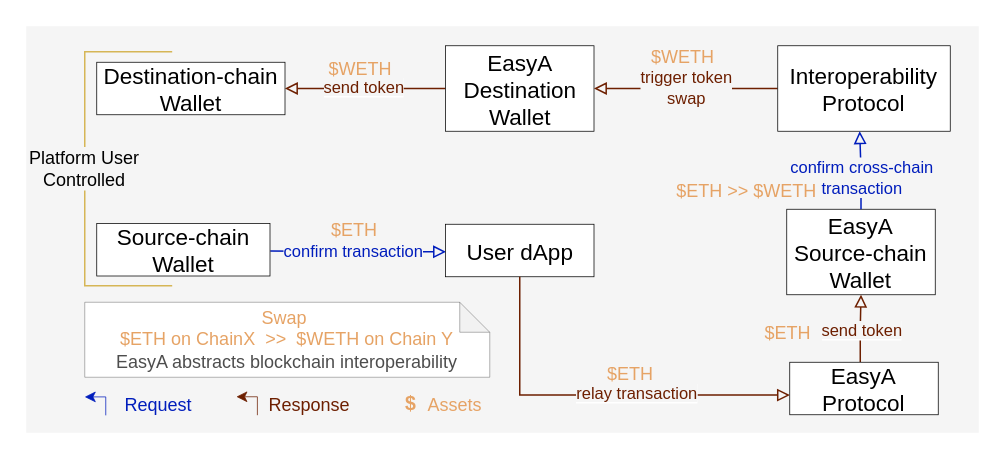
dlt-science/EasyA-Whitepaper keeps this draw.io diagram as page "interop" (4 of 6) of assets/easy-a-mechanism.drawio.drawio. Above is the earlier version. Source tidied: cells renumbered, new cells numbered last; positions are measured from the earlier drawing's top-left corner, leaving out a move shared by most shapes. Both pictures are drawn from the tidied source at 150%, with x=0, y=0 at pixel (26, 26).
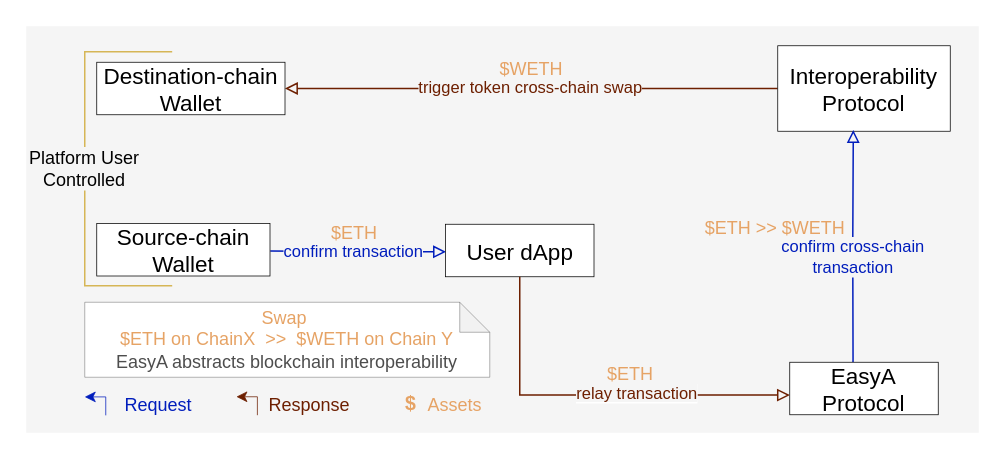
The same diagram, later.

Unchanged cells that the change refers to:
```xml
<mxCell id="20" value="&lt;div style=&quot;text-wrap-mode: nowrap;&quot;&gt;&lt;span style=&quot;font-size: 15px;&quot;&gt;Interoperability&lt;/span&gt;&lt;/div&gt;&lt;div style=&quot;text-wrap-mode: nowrap;&quot;&gt;&lt;span style=&quot;font-size: 15px;&quot;&gt;Protocol&lt;/span&gt;&lt;/div&gt;" style="html=1;whiteSpace=wrap;strokeWidth=0.5;" parent="1" vertex="1">
  <mxGeometry x="501" y="13" width="115" height="57" as="geometry" />
</mxCell>
<mxCell id="25" value="&lt;div style=&quot;text-wrap-mode: nowrap;&quot;&gt;&lt;font style=&quot;font-size: 15px;&quot; face=&quot;Helvetica&quot;&gt;Destination-chain&lt;/font&gt;&lt;/div&gt;&lt;div style=&quot;text-wrap-mode: nowrap;&quot;&gt;&lt;font style=&quot;font-size: 15px;&quot; face=&quot;Helvetica&quot;&gt;Wallet&lt;/font&gt;&lt;/div&gt;" style="html=1;whiteSpace=wrap;strokeWidth=0.5;" parent="1" vertex="1">
  <mxGeometry x="47" y="24" width="125.5" height="35" as="geometry" />
</mxCell>
<mxCell id="30" value="&lt;div style=&quot;text-wrap-mode: nowrap;&quot;&gt;&lt;font style=&quot;font-size: 15px;&quot; face=&quot;Helvetica&quot;&gt;EasyA&lt;/font&gt;&lt;/div&gt;&lt;div style=&quot;text-wrap-mode: nowrap;&quot;&gt;&lt;font style=&quot;font-size: 15px;&quot; face=&quot;Helvetica&quot;&gt;Protocol&lt;/font&gt;&lt;/div&gt;" style="html=1;whiteSpace=wrap;strokeWidth=0.5;" parent="1" vertex="1">
  <mxGeometry x="509" y="224" width="99" height="35" as="geometry" />
</mxCell>
```

Diff of the diagram source:
```diff
@@
     <mxCell id="7" value="&lt;span style=&quot;color: rgb(230, 163, 101);&quot;&gt;$ETH&lt;/span&gt;" style="text;html=1;align=center;verticalAlign=middle;whiteSpace=wrap;rounded=0;" parent="1" vertex="1">
-      <mxGeometry x="195" y="127.5" width="48" height="16" as="geometry" />
+      <mxGeometry x="195" y="129.5" width="48" height="16" as="geometry" />
     </mxCell>
@@
-    <mxCell id="14" value="&lt;div style=&quot;text-wrap-mode: nowrap;&quot;&gt;&lt;font style=&quot;font-size: 15px;&quot; face=&quot;Helvetica&quot;&gt;EasyA&lt;/font&gt;&lt;/div&gt;&lt;div style=&quot;text-wrap-mode: nowrap;&quot;&gt;&lt;font style=&quot;font-size: 15px;&quot; face=&quot;Helvetica&quot;&gt;Source-chain&lt;/font&gt;&lt;/div&gt;&lt;div style=&quot;text-wrap-mode: nowrap;&quot;&gt;&lt;font style=&quot;font-size: 15px;&quot; face=&quot;Helvetica&quot;&gt;Wallet&lt;/font&gt;&lt;/div&gt;" style="html=1;whiteSpace=wrap;strokeWidth=0.5;" parent="1" vertex="1">
-      <mxGeometry x="507" y="122" width="99" height="57" as="geometry" />
-    </mxCell>
-    <mxCell id="15" style="edgeStyle=orthogonalEdgeStyle;rounded=0;jettySize=auto;html=1;exitX=0;exitY=0.5;exitDx=0;exitDy=0;entryX=1;entryY=0.5;entryDx=0;entryDy=0;strokeColor=#6D1F00;endArrow=block;endFill=0;" parent="1" edge="1" source="17" target="25">
-      <mxGeometry relative="1" as="geometry" />
-    </mxCell>
-    <mxCell id="16" value="&lt;span style=&quot;background-color: rgb(245, 245, 245);&quot;&gt;&lt;font style=&quot;color: rgb(109, 31, 0);&quot;&gt;send token&lt;/font&gt;&lt;/span&gt;" style="edgeLabel;html=1;align=center;verticalAlign=middle;" parent="15" vertex="1">
-      <mxGeometry x="0.02" y="1" relative="1" as="geometry">
-        <mxPoint y="-2" as="offset" />
-      </mxGeometry>
-    </mxCell>
-    <mxCell id="17" value="&lt;div style=&quot;text-wrap-mode: nowrap;&quot;&gt;&lt;font style=&quot;font-size: 15px;&quot; face=&quot;Helvetica&quot;&gt;EasyA&lt;/font&gt;&lt;/div&gt;&lt;div style=&quot;text-wrap-mode: nowrap;&quot;&gt;&lt;font style=&quot;font-size: 15px;&quot; face=&quot;Helvetica&quot;&gt;Destination&lt;/font&gt;&lt;/div&gt;&lt;div style=&quot;text-wrap-mode: nowrap;&quot;&gt;&lt;font style=&quot;font-size: 15px;&quot; face=&quot;Helvetica&quot;&gt;Wallet&lt;/font&gt;&lt;/div&gt;" style="html=1;whiteSpace=wrap;strokeWidth=0.5;" parent="1" vertex="1">
-      <mxGeometry x="279.5" y="13" width="99" height="57" as="geometry" />
-    </mxCell>
-    <mxCell id="18" style="edgeStyle=orthogonalEdgeStyle;rounded=0;jettySize=auto;html=1;exitX=0;exitY=0.5;exitDx=0;exitDy=0;strokeColor=#6D1F00;endArrow=block;endFill=0;" parent="1" edge="1" source="20" target="17">
+    <mxCell id="18" style="edgeStyle=orthogonalEdgeStyle;rounded=0;jettySize=auto;html=1;exitX=0;exitY=0.5;exitDx=0;exitDy=0;strokeColor=#6D1F00;endArrow=block;endFill=0;entryX=1;entryY=0.5;entryDx=0;entryDy=0;" parent="1" edge="1" source="20" target="25">
       <mxGeometry relative="1" as="geometry" />
     </mxCell>
-    <mxCell id="19" value="&lt;span&gt;&lt;font style=&quot;color: rgb(109, 31, 0);&quot;&gt;trigger token&lt;/font&gt;&lt;/span&gt;&lt;div&gt;&lt;span style=&quot;color: rgb(0, 29, 188);&quot;&gt;&lt;font style=&quot;color: rgb(109, 31, 0);&quot;&gt;swap&lt;/font&gt;&lt;/span&gt;&lt;/div&gt;" style="edgeLabel;html=1;align=center;verticalAlign=middle;labelBackgroundColor=#F5F5F5;" parent="18" vertex="1">
+    <mxCell id="19" value="&lt;span&gt;&lt;font style=&quot;color: rgb(109, 31, 0);&quot;&gt;trigger token cross-chain swap&lt;/font&gt;&lt;/span&gt;" style="edgeLabel;html=1;align=center;verticalAlign=middle;labelBackgroundColor=#F5F5F5;" parent="18" vertex="1">
       <mxGeometry x="0.01" y="-1" relative="1" as="geometry" />
     </mxCell>
@@
-    <mxCell id="22" style="edgeStyle=orthogonalEdgeStyle;rounded=0;jettySize=auto;html=1;exitX=0.5;exitY=0;exitDx=0;exitDy=0;entryX=0.475;entryY=1;entryDx=0;entryDy=0;entryPerimeter=0;strokeColor=#001DBC;endArrow=block;endFill=0;" parent="1" edge="1" source="14" target="20">
-      <mxGeometry relative="1" as="geometry" />
+    <mxCell id="22" style="edgeStyle=orthogonalEdgeStyle;rounded=0;jettySize=auto;html=1;exitX=0.426;exitY=-0.002;exitDx=0;exitDy=0;entryX=0.438;entryY=0.986;entryDx=0;entryDy=0;entryPerimeter=0;strokeColor=#001DBC;endArrow=block;endFill=0;exitPerimeter=0;" parent="1" edge="1" source="30" target="20">
+      <mxGeometry relative="1" as="geometry">
+        <Array as="points">
+          <mxPoint x="551" y="222" />
+          <mxPoint x="551" y="222" />
+          <mxPoint x="551" y="147" />
+          <mxPoint x="551" y="147" />
+        </Array>
+      </mxGeometry>
     </mxCell>
     <mxCell id="23" value="&lt;span style=&quot;color: rgb(0, 29, 188);&quot;&gt;confirm cross-chain&lt;/span&gt;&lt;div&gt;&lt;span style=&quot;color: rgb(0, 29, 188);&quot;&gt;transaction&lt;/span&gt;&lt;/div&gt;" style="edgeLabel;html=1;align=center;verticalAlign=middle;labelBackgroundColor=#F5F5F5;" parent="22" vertex="1">
-      <mxGeometry x="-0.17" relative="1" as="geometry" />
+      <mxGeometry x="-0.17" relative="1" as="geometry">
+        <mxPoint x="-1" y="-6" as="offset" />
+      </mxGeometry>
     </mxCell>
@@
-    <mxCell id="27" value="&lt;span style=&quot;color: rgb(230, 163, 101);&quot;&gt;$WETH&lt;/span&gt;" style="text;html=1;align=center;verticalAlign=middle;whiteSpace=wrap;rounded=0;" parent="1" vertex="1">
-      <mxGeometry x="199" y="21" width="48" height="16" as="geometry" />
-    </mxCell>
-    <mxCell id="28" style="edgeStyle=orthogonalEdgeStyle;rounded=0;jettySize=auto;html=1;exitX=0.475;exitY=-0.003;exitDx=0;exitDy=0;entryX=0.5;entryY=1;entryDx=0;entryDy=0;exitPerimeter=0;strokeColor=#6D1F00;endArrow=block;endFill=0;" parent="1" edge="1" source="30" target="14">
-      <mxGeometry relative="1" as="geometry">
-        <Array as="points">
-          <mxPoint x="556" y="202" />
-          <mxPoint x="557" y="202" />
-        </Array>
-      </mxGeometry>
-    </mxCell>
-    <mxCell id="29" value="&lt;span style=&quot;background-color: rgb(245, 245, 245);&quot;&gt;&lt;font style=&quot;color: rgb(109, 31, 0);&quot;&gt;send token&lt;/font&gt;&lt;/span&gt;" style="edgeLabel;html=1;align=center;verticalAlign=middle;" parent="28" vertex="1">
-      <mxGeometry x="-0.08" relative="1" as="geometry" />
-    </mxCell>
@@
-    <mxCell id="34" value="&lt;span style=&quot;color: rgb(230, 163, 101);&quot;&gt;$ETH&lt;/span&gt;" style="text;html=1;align=center;verticalAlign=middle;whiteSpace=wrap;rounded=0;" parent="1" vertex="1">
-      <mxGeometry x="484" y="197" width="48" height="16" as="geometry" />
-    </mxCell>
     <mxCell id="35" value="&lt;span style=&quot;color: rgb(230, 163, 101);&quot;&gt;$WETH&lt;/span&gt;" style="text;html=1;align=center;verticalAlign=middle;whiteSpace=wrap;rounded=0;" parent="1" vertex="1">
-      <mxGeometry x="414" y="13" width="48" height="16" as="geometry" />
+      <mxGeometry x="313" y="21" width="48" height="16" as="geometry" />
     </mxCell>
     <mxCell id="36" value="&lt;span style=&quot;color: rgb(230, 163, 101);&quot;&gt;$ETH &amp;gt;&amp;gt;&amp;nbsp;&lt;/span&gt;&lt;span style=&quot;color: rgb(230, 163, 101);&quot;&gt;$WETH&lt;/span&gt;" style="text;html=1;align=center;verticalAlign=middle;whiteSpace=wrap;rounded=0;" parent="1" vertex="1">
-      <mxGeometry x="431" y="102" width="99" height="16" as="geometry" />
+      <mxGeometry x="450" y="127" width="99" height="16" as="geometry" />
     </mxCell>
```
